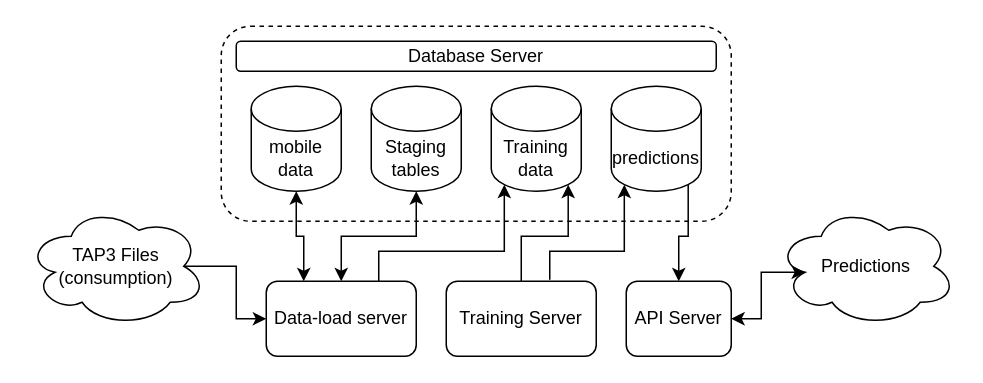
Before: page "Overview Detailed" (2 of 7) of diagrams.drawio in DannyDannyDanny/methodology, a draw.io diagram. Source tidied: cells renumbered, new cells numbered last; positions are measured from the earlier drawing's top-left corner, leaving out a move shared by most shapes. Both pictures are drawn from the tidied source at 150%, with x=0, y=0 at pixel (26, 26).
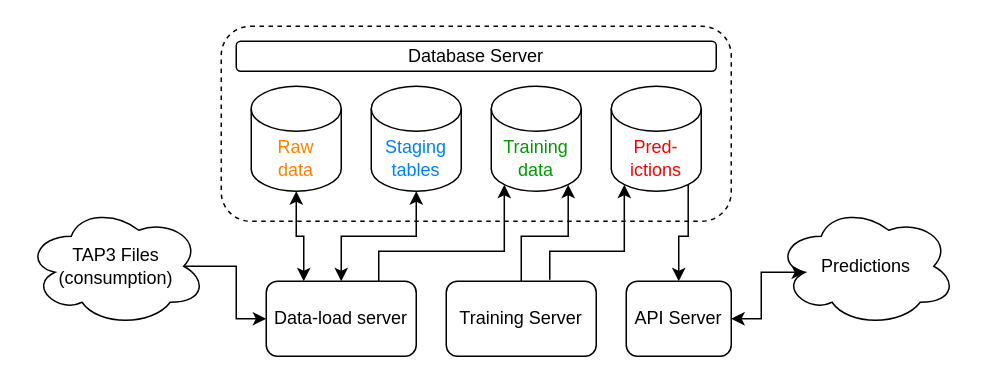
The same page after the edit.

Diff of the diagram source:
```diff
@@
-    <mxCell id="8" value="&lt;div&gt;mobile&lt;/div&gt;&lt;div&gt;data&lt;br&gt;&lt;/div&gt;" style="shape=cylinder3;whiteSpace=wrap;html=1;boundedLbl=1;backgroundOutline=1;size=15;" parent="1" vertex="1">
+    <mxCell id="8" value="&lt;div&gt;&lt;font color=&quot;#FF8000&quot;&gt;Raw&lt;/font&gt;&lt;/div&gt;&lt;div&gt;&lt;font color=&quot;#FF8000&quot;&gt;data&lt;br&gt;&lt;/font&gt;&lt;/div&gt;" style="shape=cylinder3;whiteSpace=wrap;html=1;boundedLbl=1;backgroundOutline=1;size=15;" parent="1" vertex="1">
       <mxGeometry x="150" y="40" width="60" height="70" as="geometry" />
     </mxCell>
-    <mxCell id="9" value="&lt;div&gt;Staging&lt;/div&gt;&lt;div&gt;tables&lt;br&gt;&lt;/div&gt;" style="shape=cylinder3;whiteSpace=wrap;html=1;boundedLbl=1;backgroundOutline=1;size=15;" parent="1" vertex="1">
+    <mxCell id="9" value="&lt;div&gt;&lt;font color=&quot;#007FFF&quot;&gt;Staging&lt;/font&gt;&lt;/div&gt;&lt;div&gt;&lt;font color=&quot;#007FFF&quot;&gt;tables&lt;br&gt;&lt;/font&gt;&lt;/div&gt;" style="shape=cylinder3;whiteSpace=wrap;html=1;boundedLbl=1;backgroundOutline=1;size=15;" parent="1" vertex="1">
       <mxGeometry x="230" y="40" width="60" height="70" as="geometry" />
     </mxCell>
-    <mxCell id="10" value="&lt;div&gt;Training&lt;/div&gt;&lt;div&gt;data&lt;br&gt;&lt;/div&gt;" style="shape=cylinder3;whiteSpace=wrap;html=1;boundedLbl=1;backgroundOutline=1;size=15;" parent="1" vertex="1">
+    <mxCell id="10" value="&lt;div&gt;&lt;font color=&quot;#009900&quot;&gt;Training&lt;/font&gt;&lt;/div&gt;&lt;div&gt;&lt;font color=&quot;#009900&quot;&gt;data&lt;br&gt;&lt;/font&gt;&lt;/div&gt;" style="shape=cylinder3;whiteSpace=wrap;html=1;boundedLbl=1;backgroundOutline=1;size=15;" parent="1" vertex="1">
       <mxGeometry x="310" y="40" width="60" height="70" as="geometry" />
     </mxCell>
@@
-    <mxCell id="13" value="predictions" style="shape=cylinder3;whiteSpace=wrap;html=1;boundedLbl=1;backgroundOutline=1;size=15;" parent="1" vertex="1">
+    <mxCell id="13" value="&lt;font style=&quot;font-size: 12px&quot; color=&quot;#FF0000&quot;&gt;Pred-ictions&lt;/font&gt;" style="shape=cylinder3;whiteSpace=wrap;html=1;boundedLbl=1;backgroundOutline=1;size=15;" parent="1" vertex="1">
       <mxGeometry x="390" y="40" width="60" height="70" as="geometry" />
     </mxCell>
```
